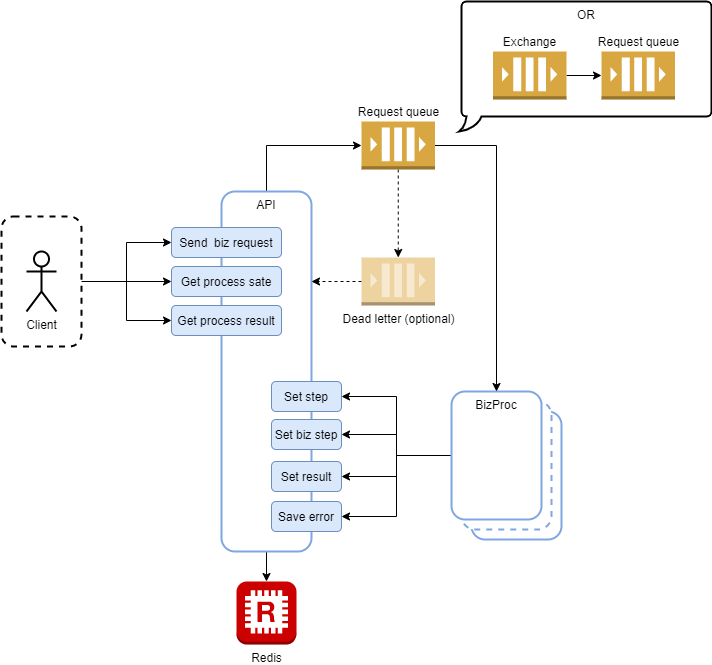
This is doc/diagramms/mylab-asyncproc-struct.png from mylab-tools/async-processor, a draw.io export, as it was before one commit. Source tidied: cells renumbered, new cells last; positions are measured from the earlier drawing's top-left corner, leaving out a move shared by most shapes.
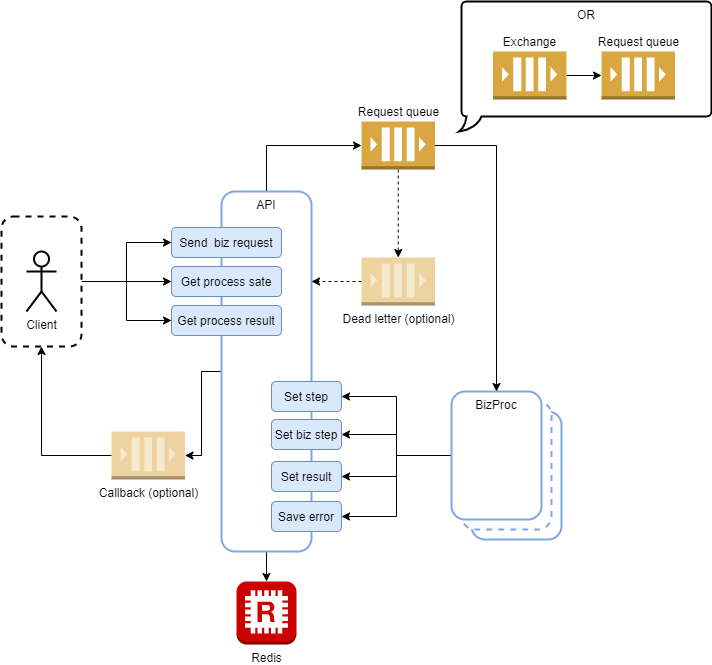
After the commit.

The edit, as a diff of the source:
```diff
@@ -14,6 +14,9 @@
     <mxCell id="5" style="edgeStyle=orthogonalEdgeStyle;rounded=0;jettySize=auto;html=1;entryX=0.5;entryY=0;entryDx=0;entryDy=0;entryPerimeter=0;fontSize=12;" parent="1" edge="1" source="6" target="12">
       <mxGeometry relative="1" as="geometry" />
     </mxCell>
+    <mxCell id="34" style="edgeStyle=orthogonalEdgeStyle;rounded=0;jettySize=auto;html=1;entryX=1;entryY=0.5;entryDx=0;entryDy=0;entryPerimeter=0;" parent="1" edge="1" source="6" target="36">
+      <mxGeometry relative="1" as="geometry" />
+    </mxCell>
     <mxCell id="6" value="API" style="rounded=1;whiteSpace=wrap;html=1;strokeWidth=2;strokeColor=#7EA6E0;verticalAlign=top;" parent="1" vertex="1">
       <mxGeometry x="220" y="190" width="90" height="360" as="geometry" />
     </mxCell>
@@ -98,5 +101,11 @@
     <mxCell id="33" value="Request queue" style="outlineConnect=0;dashed=0;verticalLabelPosition=top;verticalAlign=bottom;align=center;html=1;shape=mxgraph.aws3.queue;fillColor=#D9A741;gradientColor=none;strokeColor=#7EA6E0;strokeWidth=2;labelPosition=center;" parent="1" vertex="1">
       <mxGeometry x="600" y="50" width="73.5" height="48" as="geometry" />
     </mxCell>
+    <mxCell id="35" style="edgeStyle=orthogonalEdgeStyle;rounded=0;jettySize=auto;html=1;entryX=0.5;entryY=1;entryDx=0;entryDy=0;" parent="1" edge="1" source="36" target="28">
+      <mxGeometry relative="1" as="geometry" />
+    </mxCell>
+    <mxCell id="36" value="Callback (optional)" style="outlineConnect=0;dashed=1;verticalLabelPosition=bottom;verticalAlign=top;align=center;html=1;shape=mxgraph.aws3.queue;fillColor=#D9A741;gradientColor=none;strokeColor=#7EA6E0;strokeWidth=2;opacity=50;" parent="1" vertex="1">
+      <mxGeometry x="110" y="430" width="73.5" height="48" as="geometry" />
+    </mxCell>
   </root>
 </mxGraphModel>
```
